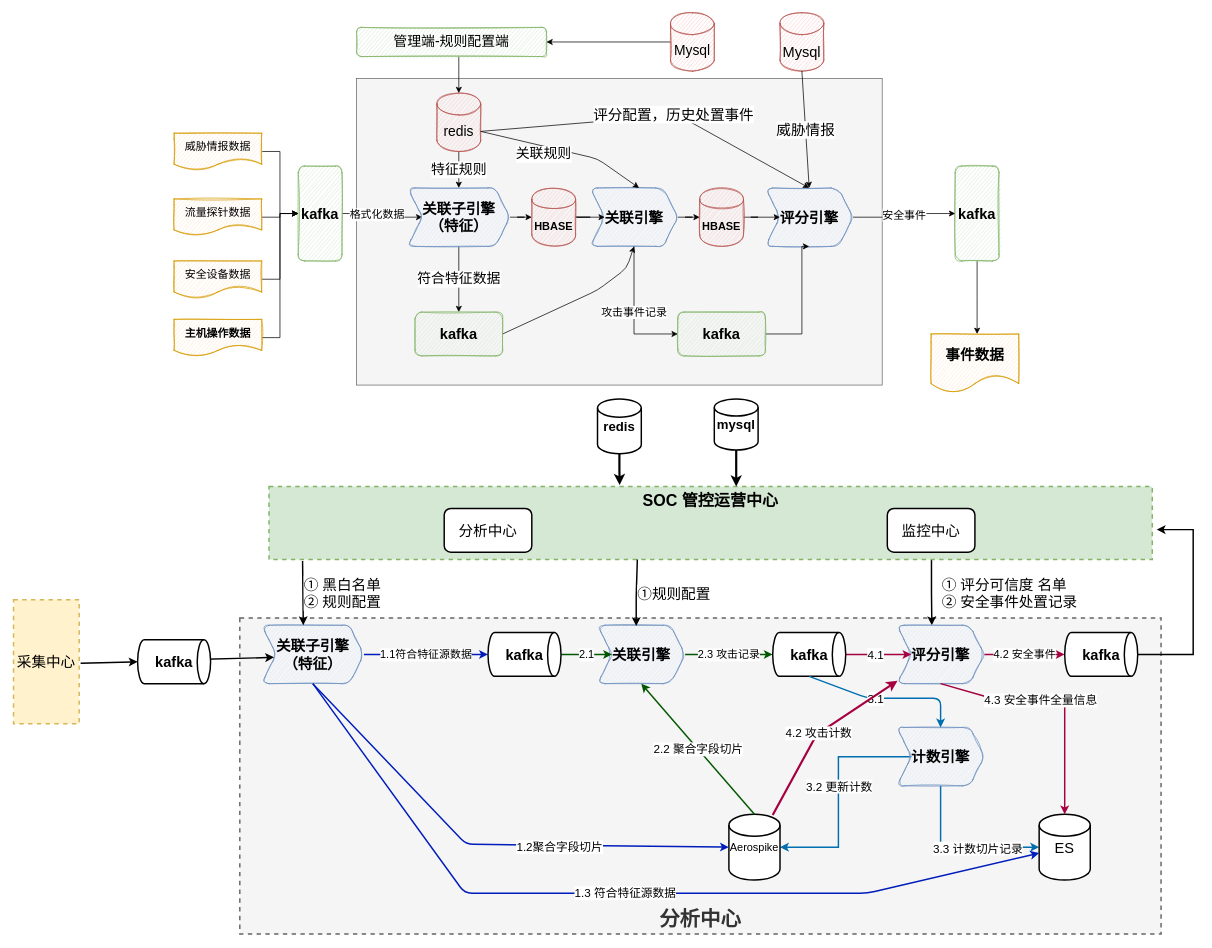
liujianqun/draw keeps this draw.io diagram as Untitled Diagram.drawio. Above is the earlier version. Source tidied: cells renumbered, new cells numbered last; positions are measured from the earlier drawing's top-left corner, leaving out a move shared by most shapes. Both pictures are drawn from the tidied source at 73%, with x=0, y=0 at pixel (13, 12).
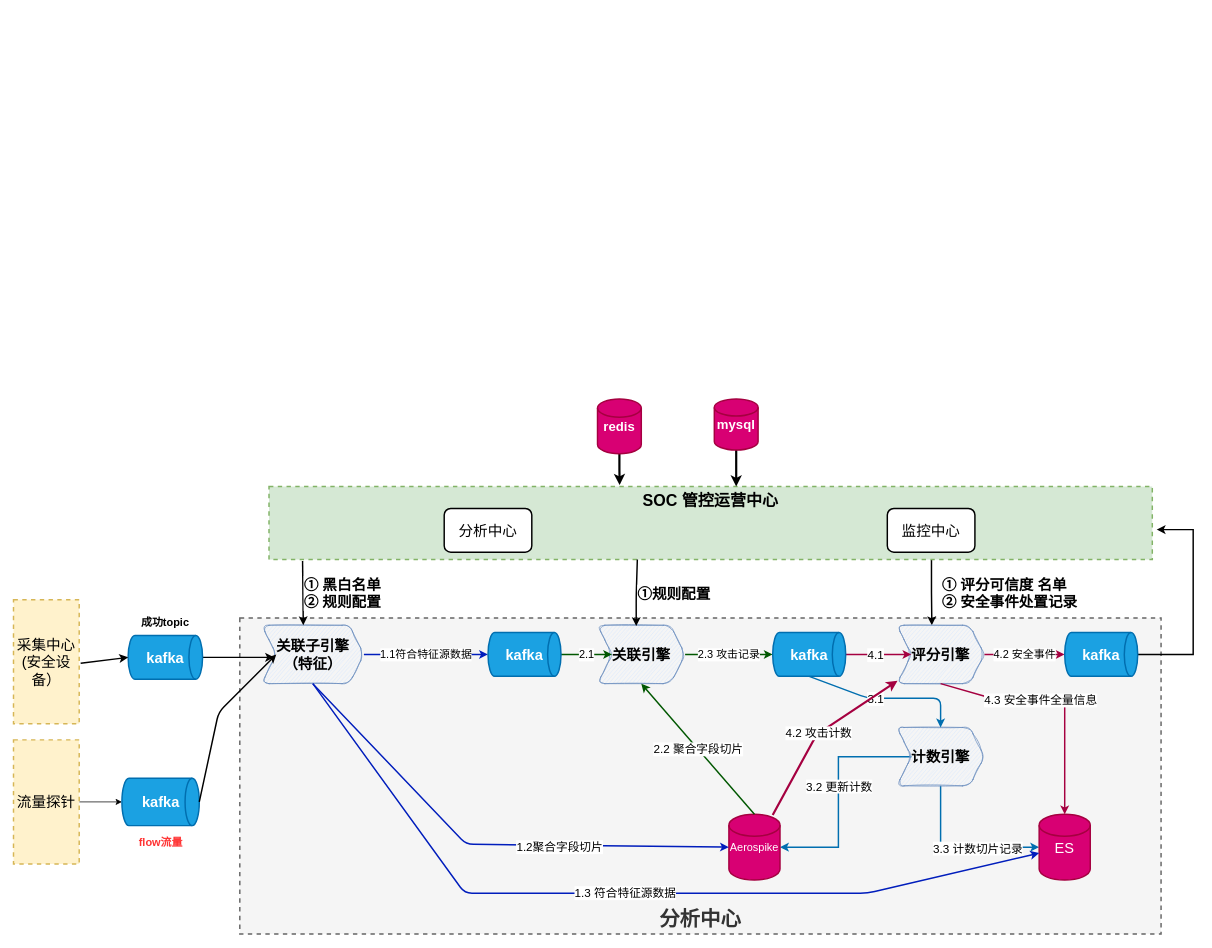
The same page after the edit.

Unchanged cells that the change refers to:
```xml
<mxCell id="4" value="SOC 管控运营中心" style="rounded=0;whiteSpace=wrap;html=1;dashed=1;strokeWidth=2;fontSize=22;fontStyle=1;verticalAlign=top;fillColor=#d5e8d4;strokeColor=#82b366;" parent="1" vertex="1">
  <mxGeometry x="350" y="649" width="1210" height="100" as="geometry" />
</mxCell>
<mxCell id="50" value="关联子引擎（特征）" style="shape=step;perimeter=stepPerimeter;whiteSpace=wrap;html=1;fixedSize=1;rounded=1;strokeColor=#6c8ebf;fillColor=#dae8fc;sketch=1;fontSize=20;fontStyle=1;" parent="1" vertex="1">
  <mxGeometry x="340" y="839" width="140" height="80" as="geometry" />
</mxCell>
<mxCell id="52" value="关联引擎" style="shape=step;perimeter=stepPerimeter;whiteSpace=wrap;html=1;fixedSize=1;rounded=1;strokeColor=#6c8ebf;fillColor=#dae8fc;sketch=1;fontSize=20;fontStyle=1;" parent="1" vertex="1">
  <mxGeometry x="800" y="839" width="120" height="80" as="geometry" />
</mxCell>
<mxCell id="54" value="评分引擎" style="shape=step;perimeter=stepPerimeter;whiteSpace=wrap;html=1;fixedSize=1;sketch=1;fillColor=#dae8fc;strokeColor=#6c8ebf;fontSize=20;fontStyle=1;shadow=0;rounded=1;" parent="1" vertex="1">
  <mxGeometry x="1210" y="839" width="120" height="80" as="geometry" />
</mxCell>
```

Change to the diagram source:
```diff
@@
-    <mxCell id="3" value="① 评分可信度 名单&lt;br&gt;&lt;div&gt;② 安全事件处置记录&lt;/div&gt;" style="edgeStyle=orthogonalEdgeStyle;rounded=0;jettySize=auto;html=1;exitX=0.75;exitY=1;exitDx=0;exitDy=0;entryX=0.4;entryY=0;entryDx=0;entryDy=0;entryPerimeter=0;strokeWidth=2;fontSize=20;align=left;" parent="1" edge="1" source="4" target="54">
+    <mxCell id="3" value="&lt;b&gt;① 评分可信度 名单&lt;br&gt;&lt;/b&gt;&lt;div&gt;&lt;b&gt;② 安全事件处置记录&lt;/b&gt;&lt;/div&gt;" style="edgeStyle=orthogonalEdgeStyle;rounded=0;jettySize=auto;html=1;exitX=0.75;exitY=1;exitDx=0;exitDy=0;entryX=0.4;entryY=0;entryDx=0;entryDy=0;entryPerimeter=0;strokeWidth=2;fontSize=20;align=left;" parent="1" edge="1" source="4" target="54">
       <mxGeometry x="0.01" y="12" relative="1" as="geometry" />
     </mxCell>
@@
-    <mxCell id="5" style="rounded=0;whiteSpace=wrap;html=1;fillColor=#f5f5f5;strokeColor=#666666;fontColor=#333333;" parent="1" vertex="1">
-      <mxGeometry x="470" y="90" width="720" height="420" as="geometry" />
-    </mxCell>
-    <mxCell id="6" style="edgeStyle=orthogonalEdgeStyle;rounded=0;jettySize=auto;html=1;fontStyle=1;" parent="1" edge="1" source="8" target="15">
-      <mxGeometry relative="1" as="geometry" />
-    </mxCell>
-    <mxCell id="7" value="格式化数据" style="edgeLabel;html=1;align=center;verticalAlign=middle;fontSize=15;" parent="6" vertex="1">
-      <mxGeometry x="-0.21" y="2" relative="1" as="geometry" />
-    </mxCell>
-    <mxCell id="8" value="kafka" style="rounded=1;whiteSpace=wrap;html=1;sketch=1;fillColor=#d5e8d4;strokeColor=#82b366;fontSize=20;fontStyle=1;" parent="1" vertex="1">
-      <mxGeometry x="390" y="210" width="60" height="130" as="geometry" />
-    </mxCell>
-    <mxCell id="9" style="edgeStyle=orthogonalEdgeStyle;rounded=0;jettySize=auto;html=1;fontStyle=1;fontSize=15;exitX=1;exitY=0.5;exitDx=0;exitDy=0;" parent="1" edge="1" source="36" target="8">
-      <mxGeometry relative="1" as="geometry" />
-    </mxCell>
-    <mxCell id="10" style="edgeStyle=orthogonalEdgeStyle;rounded=0;jettySize=auto;html=1;fontSize=19;" parent="1" edge="1" source="30">
-      <mxGeometry relative="1" as="geometry">
-        <mxPoint x="1320" y="440" as="targetPoint" />
-      </mxGeometry>
-    </mxCell>
-    <mxCell id="11" style="edgeStyle=orthogonalEdgeStyle;rounded=0;jettySize=auto;html=1;" parent="1" edge="1" source="12" target="48">
-      <mxGeometry relative="1" as="geometry" />
-    </mxCell>
-    <mxCell id="12" value="关联引擎" style="shape=step;perimeter=stepPerimeter;whiteSpace=wrap;html=1;fixedSize=1;rounded=1;strokeColor=#6c8ebf;fillColor=#dae8fc;sketch=1;fontSize=20;fontStyle=1;" parent="1" vertex="1">
-      <mxGeometry x="790" y="240" width="120" height="80" as="geometry" />
-    </mxCell>
-    <mxCell id="13" style="edgeStyle=orthogonalEdgeStyle;rounded=0;jettySize=auto;html=1;fontSize=20;fontStyle=1;" parent="1" edge="1" source="15" target="18">
-      <mxGeometry relative="1" as="geometry" />
-    </mxCell>
-    <mxCell id="14" value="符合特征数据" style="edgeStyle=orthogonalEdgeStyle;rounded=0;jettySize=auto;html=1;fontSize=19;entryX=0.5;entryY=0;entryDx=0;entryDy=0;" parent="1" edge="1" source="15" target="29">
-      <mxGeometry relative="1" as="geometry" />
-    </mxCell>
-    <mxCell id="15" value="关联子引擎（特征）" style="shape=step;perimeter=stepPerimeter;whiteSpace=wrap;html=1;fixedSize=1;rounded=1;strokeColor=#6c8ebf;fillColor=#dae8fc;sketch=1;fontSize=20;fontStyle=1;" parent="1" vertex="1">
-      <mxGeometry x="540" y="240" width="140" height="80" as="geometry" />
-    </mxCell>
-    <mxCell id="16" style="edgeStyle=orthogonalEdgeStyle;rounded=0;orthogonalLoop=1;jettySize=auto;html=1;exitX=0.5;exitY=1;exitDx=0;exitDy=0;fontStyle=1;" parent="1" edge="1" source="12" target="12">
-      <mxGeometry relative="1" as="geometry" />
-    </mxCell>
-    <mxCell id="17" style="edgeStyle=orthogonalEdgeStyle;rounded=0;jettySize=auto;html=1;fontSize=20;fontStyle=1;" parent="1" edge="1" source="18" target="12">
-      <mxGeometry relative="1" as="geometry" />
-    </mxCell>
-    <mxCell id="18" value="&lt;font style=&quot;font-size: 15px&quot;&gt;HBASE&lt;/font&gt;" style="shape=cylinder;whiteSpace=wrap;html=1;boundedLbl=1;backgroundOutline=1;rounded=1;strokeColor=#b85450;fillColor=#f8cecc;sketch=1;fontStyle=1;" parent="1" vertex="1">
-      <mxGeometry x="710" y="240" width="60" height="80" as="geometry" />
-    </mxCell>
-    <mxCell id="19" style="endArrow=classic;html=1;fontSize=19;exitX=1;exitY=0.5;exitDx=0;exitDy=0;entryX=0.5;entryY=1;entryDx=0;entryDy=0;" parent="1" edge="1" source="29" target="12">
-      <mxGeometry relative="1" as="geometry">
-        <Array as="points">
-          <mxPoint x="800" y="380" />
-          <mxPoint x="840" y="350" />
-        </Array>
-      </mxGeometry>
-    </mxCell>
-    <mxCell id="20" style="edgeStyle=orthogonalEdgeStyle;rounded=0;jettySize=auto;html=1;fontSize=19;" parent="1" edge="1" source="21" target="25">
-      <mxGeometry relative="1" as="geometry">
-        <Array as="points">
-          <mxPoint x="610" y="70" />
-          <mxPoint x="610" y="70" />
-        </Array>
-      </mxGeometry>
-    </mxCell>
-    <mxCell id="21" value="管理端-规则配置端" style="rounded=1;whiteSpace=wrap;html=1;sketch=1;strokeWidth=1;fontSize=19;fillColor=#d5e8d4;strokeColor=#82b366;" parent="1" vertex="1">
-      <mxGeometry x="470" y="20" width="260" height="40" as="geometry" />
-    </mxCell>
-    <mxCell id="22" style="edgeStyle=orthogonalEdgeStyle;rounded=0;jettySize=auto;html=1;fontSize=19;entryX=1;entryY=0.5;entryDx=0;entryDy=0;" parent="1" edge="1" source="23" target="21">
-      <mxGeometry relative="1" as="geometry" />
-    </mxCell>
-    <mxCell id="23" value="Mysql" style="shape=cylinder3;whiteSpace=wrap;html=1;boundedLbl=1;backgroundOutline=1;size=15;sketch=1;strokeWidth=1;fontSize=19;fillColor=#f8cecc;strokeColor=#b85450;" parent="1" vertex="1">
-      <mxGeometry x="900" width="60" height="80" as="geometry" />
-    </mxCell>
-    <mxCell id="24" value="特征规则" style="edgeStyle=orthogonalEdgeStyle;rounded=0;jettySize=auto;html=1;fontSize=19;" parent="1" edge="1" source="25" target="15">
-      <mxGeometry relative="1" as="geometry" />
-    </mxCell>
-    <mxCell id="25" value="redis" style="shape=cylinder3;whiteSpace=wrap;html=1;boundedLbl=1;backgroundOutline=1;size=15;sketch=1;strokeWidth=1;fontSize=19;fillColor=#f8cecc;strokeColor=#b85450;" parent="1" vertex="1">
-      <mxGeometry x="580" y="110" width="60" height="80" as="geometry" />
-    </mxCell>
-    <mxCell id="26" style="endArrow=classic;html=1;fontSize=19;exitX=1;exitY=0;exitDx=0;exitDy=52.5;exitPerimeter=0;entryX=0.558;entryY=0;entryDx=0;entryDy=0;entryPerimeter=0;" parent="1" edge="1" source="25" target="12">
-      <mxGeometry relative="1" as="geometry">
-        <Array as="points">
-          <mxPoint x="800" y="200" />
-        </Array>
-      </mxGeometry>
-    </mxCell>
-    <mxCell id="27" value="关联规则" style="edgeLabel;html=1;align=center;verticalAlign=middle;fontSize=19;" parent="26" vertex="1">
-      <mxGeometry x="0.07" y="1" relative="1" as="geometry">
-        <mxPoint x="-36.2" y="3.3" as="offset" />
-      </mxGeometry>
-    </mxCell>
-    <mxCell id="28" value="事件数据" style="shape=document;whiteSpace=wrap;html=1;boundedLbl=1;rounded=1;fontSize=20;fontStyle=1;strokeColor=#d79b00;fillColor=#ffe6cc;sketch=1;" parent="1" vertex="1">
-      <mxGeometry x="1257" y="440" width="120" height="80" as="geometry" />
-    </mxCell>
-    <mxCell id="29" value="kafka" style="rounded=1;whiteSpace=wrap;html=1;sketch=1;fillColor=#d5e8d4;strokeColor=#82b366;fontSize=20;fontStyle=1;" parent="1" vertex="1">
-      <mxGeometry x="550" y="410" width="120" height="60" as="geometry" />
-    </mxCell>
-    <mxCell id="30" value="kafka" style="rounded=1;whiteSpace=wrap;html=1;sketch=1;fillColor=#d5e8d4;strokeColor=#82b366;fontSize=20;fontStyle=1;" parent="1" vertex="1">
-      <mxGeometry x="1290" y="210" width="60" height="130" as="geometry" />
-    </mxCell>
-    <mxCell id="31" value="安全事件" style="edgeStyle=orthogonalEdgeStyle;rounded=0;jettySize=auto;html=1;fontSize=15;" parent="1" edge="1" source="39" target="30">
-      <mxGeometry relative="1" as="geometry" />
-    </mxCell>
-    <mxCell id="32" style="edgeStyle=orthogonalEdgeStyle;rounded=0;jettySize=auto;html=1;entryX=0;entryY=0.5;entryDx=0;entryDy=0;strokeWidth=1;fontSize=15;exitX=1;exitY=0.5;exitDx=0;exitDy=0;" parent="1" edge="1" source="37" target="8">
-      <mxGeometry relative="1" as="geometry" />
-    </mxCell>
-    <mxCell id="33" style="edgeStyle=orthogonalEdgeStyle;rounded=0;jettySize=auto;html=1;entryX=0;entryY=0.5;entryDx=0;entryDy=0;strokeWidth=1;fontSize=15;" parent="1" edge="1" source="38" target="8">
-      <mxGeometry relative="1" as="geometry" />
-    </mxCell>
-    <mxCell id="34" style="edgeStyle=orthogonalEdgeStyle;rounded=0;jettySize=auto;html=1;entryX=0;entryY=0.5;entryDx=0;entryDy=0;strokeWidth=1;fontSize=15;exitX=1;exitY=0.5;exitDx=0;exitDy=0;" parent="1" edge="1" source="35" target="8">
-      <mxGeometry relative="1" as="geometry" />
-    </mxCell>
-    <mxCell id="35" value="威胁情报数据" style="shape=document;whiteSpace=wrap;html=1;boundedLbl=1;shadow=0;sketch=1;strokeWidth=1;fontSize=15;fillColor=#ffe6cc;strokeColor=#d79b00;" parent="1" vertex="1">
-      <mxGeometry x="220" y="165" width="120" height="50" as="geometry" />
-    </mxCell>
-    <mxCell id="36" value="流量探针数据" style="shape=document;whiteSpace=wrap;html=1;boundedLbl=1;shadow=0;sketch=1;strokeWidth=1;fontSize=15;fillColor=#ffe6cc;strokeColor=#d79b00;" parent="1" vertex="1">
-      <mxGeometry x="220" y="255" width="120" height="50" as="geometry" />
-    </mxCell>
-    <mxCell id="37" value="安全设备数据" style="shape=document;whiteSpace=wrap;html=1;boundedLbl=1;shadow=0;sketch=1;strokeWidth=1;fontSize=15;fillColor=#ffe6cc;strokeColor=#d79b00;" parent="1" vertex="1">
-      <mxGeometry x="220" y="340" width="120" height="50" as="geometry" />
-    </mxCell>
-    <mxCell id="38" value="主机操作数据" style="shape=document;whiteSpace=wrap;html=1;boundedLbl=1;shadow=0;sketch=1;strokeWidth=1;fontSize=15;strokeColor=#d79b00;fontStyle=1;fillColor=#ffe6cc;" parent="1" vertex="1">
-      <mxGeometry x="220" y="420" width="120" height="50" as="geometry" />
-    </mxCell>
-    <mxCell id="39" value="评分引擎" style="shape=step;perimeter=stepPerimeter;whiteSpace=wrap;html=1;fixedSize=1;sketch=1;fillColor=#dae8fc;strokeColor=#6c8ebf;fontSize=20;fontStyle=1;shadow=0;rounded=1;" parent="1" vertex="1">
-      <mxGeometry x="1030" y="240" width="120" height="80" as="geometry" />
-    </mxCell>
-    <mxCell id="40" value="攻击事件记录" style="edgeStyle=orthogonalEdgeStyle;rounded=0;jettySize=auto;html=1;fontSize=15;entryX=0;entryY=0.5;entryDx=0;entryDy=0;" parent="1" edge="1" source="12" target="46">
-      <mxGeometry relative="1" as="geometry" />
-    </mxCell>
-    <mxCell id="41" style="endArrow=classic;html=1;fontSize=20;entryX=0.5;entryY=0;entryDx=0;entryDy=0;exitX=1;exitY=0;exitDx=0;exitDy=52.5;exitPerimeter=0;" parent="1" edge="1" source="25" target="39">
-      <mxGeometry relative="1" as="geometry">
-        <Array as="points">
-          <mxPoint x="910" y="140" />
-        </Array>
-      </mxGeometry>
-    </mxCell>
-    <mxCell id="42" value="评分配置，历史处置事件" style="edgeLabel;html=1;align=center;verticalAlign=middle;fontSize=20;" parent="41" vertex="1">
-      <mxGeometry x="0.11" y="2" relative="1" as="geometry" />
-    </mxCell>
-    <mxCell id="43" value="Mysql" style="shape=cylinder3;whiteSpace=wrap;html=1;boundedLbl=1;backgroundOutline=1;size=15;rounded=1;shadow=0;sketch=1;fontSize=20;fillColor=#f8cecc;strokeColor=#b85450;" parent="1" vertex="1">
-      <mxGeometry x="1050" width="60" height="80" as="geometry" />
-    </mxCell>
-    <mxCell id="44" value="威胁情报" style="endArrow=classic;html=1;fontSize=20;entryX=0.5;entryY=0;entryDx=0;entryDy=0;exitX=0.5;exitY=1;exitDx=0;exitDy=0;exitPerimeter=0;" parent="1" edge="1" source="43" target="39">
-      <mxGeometry relative="1" as="geometry" />
-    </mxCell>
-    <mxCell id="45" style="edgeStyle=orthogonalEdgeStyle;rounded=0;jettySize=auto;html=1;entryX=0.5;entryY=1;entryDx=0;entryDy=0;" parent="1" edge="1" source="46" target="39">
-      <mxGeometry relative="1" as="geometry">
-        <Array as="points">
-          <mxPoint x="1080" y="440" />
-        </Array>
-      </mxGeometry>
-    </mxCell>
-    <mxCell id="46" value="kafka" style="rounded=1;whiteSpace=wrap;html=1;sketch=1;fillColor=#d5e8d4;strokeColor=#82b366;fontSize=20;fontStyle=1;" parent="1" vertex="1">
-      <mxGeometry x="910" y="410" width="120" height="60" as="geometry" />
-    </mxCell>
-    <mxCell id="47" style="edgeStyle=orthogonalEdgeStyle;rounded=0;jettySize=auto;html=1;" parent="1" edge="1" source="48" target="39">
-      <mxGeometry relative="1" as="geometry" />
-    </mxCell>
-    <mxCell id="48" value="&lt;font style=&quot;font-size: 15px&quot;&gt;HBASE&lt;/font&gt;" style="shape=cylinder;whiteSpace=wrap;html=1;boundedLbl=1;backgroundOutline=1;rounded=1;strokeColor=#b85450;fillColor=#f8cecc;sketch=1;fontStyle=1;" parent="1" vertex="1">
-      <mxGeometry x="940" y="240" width="60" height="80" as="geometry" />
-    </mxCell>
@@
-    <mxCell id="61" value="kafka" style="strokeWidth=2;html=1;shape=mxgraph.flowchart.direct_data;whiteSpace=wrap;fontStyle=1;fontSize=20;" parent="1" vertex="1">
+    <mxCell id="61" value="kafka" style="strokeWidth=2;html=1;shape=mxgraph.flowchart.direct_data;whiteSpace=wrap;fontStyle=1;fontSize=20;fillColor=#1ba1e2;strokeColor=#006EAF;fontColor=#ffffff;" parent="1" vertex="1">
       <mxGeometry x="650" y="849" width="100" height="60" as="geometry" />
     </mxCell>
@@
-    <mxCell id="64" value="kafka" style="strokeWidth=2;html=1;shape=mxgraph.flowchart.direct_data;whiteSpace=wrap;fontStyle=1;fontSize=20;" parent="1" vertex="1">
+    <mxCell id="64" value="kafka" style="strokeWidth=2;html=1;shape=mxgraph.flowchart.direct_data;whiteSpace=wrap;fontStyle=1;fontSize=20;fillColor=#1ba1e2;strokeColor=#006EAF;fontColor=#ffffff;" parent="1" vertex="1">
       <mxGeometry x="1040" y="849" width="100" height="60" as="geometry" />
     </mxCell>
-    <mxCell id="65" value="ES" style="strokeWidth=2;html=1;shape=mxgraph.flowchart.database;whiteSpace=wrap;fontSize=20;" parent="1" vertex="1">
+    <mxCell id="65" value="ES" style="strokeWidth=2;html=1;shape=mxgraph.flowchart.database;whiteSpace=wrap;fontSize=20;fillColor=#d80073;strokeColor=#A50040;fontColor=#ffffff;" parent="1" vertex="1">
       <mxGeometry x="1405" y="1098" width="70" height="90" as="geometry" />
     </mxCell>
@@
-    <mxCell id="67" value="redis" style="strokeWidth=2;html=1;shape=mxgraph.flowchart.database;whiteSpace=wrap;fontSize=18;fontStyle=1;" parent="1" vertex="1">
+    <mxCell id="67" value="redis" style="strokeWidth=2;html=1;shape=mxgraph.flowchart.database;whiteSpace=wrap;fontSize=18;fontStyle=1;fillColor=#d80073;strokeColor=#A50040;fontColor=#ffffff;" parent="1" vertex="1">
       <mxGeometry x="800" y="529" width="60" height="75" as="geometry" />
     </mxCell>
@@
-    <mxCell id="69" value="mysql" style="strokeWidth=2;html=1;shape=mxgraph.flowchart.database;whiteSpace=wrap;fontSize=18;fontStyle=1;" parent="1" vertex="1">
+    <mxCell id="69" value="mysql" style="strokeWidth=2;html=1;shape=mxgraph.flowchart.database;whiteSpace=wrap;fontSize=18;fontStyle=1;fillColor=#d80073;strokeColor=#A50040;fontColor=#ffffff;" parent="1" vertex="1">
       <mxGeometry x="960" y="529" width="60" height="70" as="geometry" />
     </mxCell>
@@
-    <mxCell id="71" value="kafka" style="strokeWidth=2;html=1;shape=mxgraph.flowchart.direct_data;whiteSpace=wrap;fontStyle=1;fontSize=20;" parent="1" vertex="1">
+    <mxCell id="71" value="kafka" style="strokeWidth=2;html=1;shape=mxgraph.flowchart.direct_data;whiteSpace=wrap;fontStyle=1;fontSize=20;fillColor=#1ba1e2;strokeColor=#006EAF;fontColor=#ffffff;" parent="1" vertex="1">
       <mxGeometry x="1440" y="849" width="100" height="60" as="geometry" />
     </mxCell>
-    <mxCell id="72" value="Aerospike" style="strokeWidth=2;html=1;shape=mxgraph.flowchart.database;whiteSpace=wrap;fontSize=15;" parent="1" vertex="1">
+    <mxCell id="72" value="Aerospike" style="strokeWidth=2;html=1;shape=mxgraph.flowchart.database;whiteSpace=wrap;fontSize=15;fillColor=#d80073;strokeColor=#A50040;fontColor=#ffffff;sketch=0;" parent="1" vertex="1">
       <mxGeometry x="980" y="1098" width="70" height="90" as="geometry" />
     </mxCell>
@@
-    <mxCell id="83" value="① 黑白名单&lt;br&gt;② 规则配置" style="endArrow=classic;html=1;strokeWidth=2;fontSize=20;align=left;exitX=0.038;exitY=1.02;exitDx=0;exitDy=0;exitPerimeter=0;entryX=0.407;entryY=0;entryDx=0;entryDy=0;entryPerimeter=0;" parent="1" edge="1" source="4" target="50">
+    <mxCell id="83" value="&lt;b&gt;① 黑白名单&lt;br&gt;② 规则配置&lt;/b&gt;" style="endArrow=classic;html=1;strokeWidth=2;fontSize=20;align=left;exitX=0.038;exitY=1.02;exitDx=0;exitDy=0;exitPerimeter=0;entryX=0.407;entryY=0;entryDx=0;entryDy=0;entryPerimeter=0;" parent="1" edge="1" source="4" target="50">
       <mxGeometry relative="1" as="geometry" />
     </mxCell>
-    <mxCell id="84" value="①规则配置" style="endArrow=classic;html=1;strokeWidth=2;fontSize=20;align=left;exitX=0.417;exitY=1;exitDx=0;exitDy=0;exitPerimeter=0;entryX=0.442;entryY=0.013;entryDx=0;entryDy=0;entryPerimeter=0;" parent="1" edge="1" source="4" target="52">
+    <mxCell id="84" value="&lt;b&gt;①规则配置&lt;/b&gt;" style="endArrow=classic;html=1;strokeWidth=2;fontSize=20;align=left;exitX=0.417;exitY=1;exitDx=0;exitDy=0;exitPerimeter=0;entryX=0.442;entryY=0.013;entryDx=0;entryDy=0;entryPerimeter=0;" parent="1" edge="1" source="4" target="52">
       <mxGeometry relative="1" as="geometry">
         <Array as="points">
           <mxPoint x="853" y="799" />
         </Array>
       </mxGeometry>
     </mxCell>
-    <mxCell id="85" style="endArrow=classic;html=1;strokeWidth=2;fontSize=20;align=left;entryX=0.121;entryY=0.588;entryDx=0;entryDy=0;entryPerimeter=0;exitX=1;exitY=0.5;exitDx=0;exitDy=0;exitPerimeter=0;" parent="1" edge="1">
+    <mxCell id="85" style="endArrow=classic;html=1;strokeWidth=2;fontSize=20;align=left;entryX=0.121;entryY=0.588;entryDx=0;entryDy=0;entryPerimeter=0;exitX=1;exitY=0.5;exitDx=0;exitDy=0;exitPerimeter=0;" parent="1" edge="1" source="87">
       <mxGeometry relative="1" as="geometry">
-        <mxPoint x="250" y="886" as="sourcePoint" />
         <mxPoint x="356.9" y="883" as="targetPoint" />
       </mxGeometry>
     </mxCell>
-    <mxCell id="86" value="采集中心" style="rounded=0;whiteSpace=wrap;html=1;strokeWidth=2;fontSize=20;dashed=1;fillColor=#fff2cc;strokeColor=#d6b656;" parent="1" vertex="1">
+    <mxCell id="86" value="采集中心&lt;br&gt;(安全设备）" style="rounded=0;whiteSpace=wrap;html=1;strokeWidth=2;fontSize=20;dashed=1;fillColor=#fff2cc;strokeColor=#d6b656;" parent="1" vertex="1">
       <mxGeometry y="804" width="90" height="170" as="geometry" />
     </mxCell>
-    <mxCell id="87" value="kafka" style="strokeWidth=2;html=1;shape=mxgraph.flowchart.direct_data;whiteSpace=wrap;fontStyle=1;fontSize=20;" parent="1" vertex="1">
-      <mxGeometry x="170" y="859" width="100" height="60" as="geometry" />
+    <mxCell id="87" value="kafka" style="strokeWidth=2;html=1;shape=mxgraph.flowchart.direct_data;whiteSpace=wrap;fontStyle=1;fontSize=20;fillColor=#1ba1e2;strokeColor=#006EAF;fontColor=#ffffff;" parent="1" vertex="1">
+      <mxGeometry x="157" y="853" width="102" height="60" as="geometry" />
     </mxCell>
-    <mxCell id="88" style="endArrow=classic;html=1;strokeWidth=2;fontSize=20;align=left;exitX=1.022;exitY=0.571;exitDx=0;exitDy=0;exitPerimeter=0;entryX=0;entryY=0.5;entryDx=0;entryDy=0;entryPerimeter=0;" parent="1" edge="1" target="87">
+    <mxCell id="88" style="endArrow=classic;html=1;strokeWidth=2;fontSize=20;align=left;entryX=0;entryY=0.5;entryDx=0;entryDy=0;entryPerimeter=0;" parent="1" edge="1" target="87">
       <mxGeometry relative="1" as="geometry">
-        <mxPoint x="92" y="891.1" as="sourcePoint" />
+        <mxPoint x="92" y="891" as="sourcePoint" />
       </mxGeometry>
     </mxCell>
@@
+    <mxCell id="91" style="edgeStyle=orthogonalEdgeStyle;rounded=0;jettySize=auto;html=1;entryX=0;entryY=0.5;entryDx=0;entryDy=0;entryPerimeter=0;" parent="1" edge="1" source="92" target="93">
+      <mxGeometry relative="1" as="geometry" />
+    </mxCell>
+    <mxCell id="92" value="流量探针" style="rounded=0;whiteSpace=wrap;html=1;strokeWidth=2;fontSize=20;dashed=1;fillColor=#fff2cc;strokeColor=#d6b656;" parent="1" vertex="1">
+      <mxGeometry y="996" width="90" height="170" as="geometry" />
+    </mxCell>
+    <mxCell id="93" value="kafka" style="strokeWidth=2;html=1;shape=mxgraph.flowchart.direct_data;whiteSpace=wrap;fontStyle=1;fontSize=20;fillColor=#1ba1e2;strokeColor=#006EAF;fontColor=#ffffff;" parent="1" vertex="1">
+      <mxGeometry x="148.5" y="1048.5" width="106" height="65" as="geometry" />
+    </mxCell>
+    <mxCell id="94" style="endArrow=classic;html=1;exitX=1;exitY=0.5;exitDx=0;exitDy=0;exitPerimeter=0;entryX=0;entryY=0.5;entryDx=0;entryDy=0;strokeWidth=2;" parent="1" edge="1" source="93" target="50">
+      <mxGeometry relative="1" as="geometry">
+        <Array as="points">
+          <mxPoint x="281" y="958" />
+        </Array>
+      </mxGeometry>
+    </mxCell>
+    <mxCell id="95" value="成功topic" style="text;html=1;strokeColor=none;fillColor=none;align=center;verticalAlign=middle;whiteSpace=wrap;rounded=0;fontSize=15;fontStyle=1;" parent="1" vertex="1">
+      <mxGeometry x="163.2" y="821" width="89.5" height="28" as="geometry" />
+    </mxCell>
+    <mxCell id="96" value="flow流量" style="text;html=1;strokeColor=none;fillColor=none;align=center;verticalAlign=middle;whiteSpace=wrap;rounded=0;fontSize=15;fontStyle=1;fontColor=#FF3333;" parent="1" vertex="1">
+      <mxGeometry x="156.8" y="1122" width="89.5" height="28" as="geometry" />
+    </mxCell>
```
